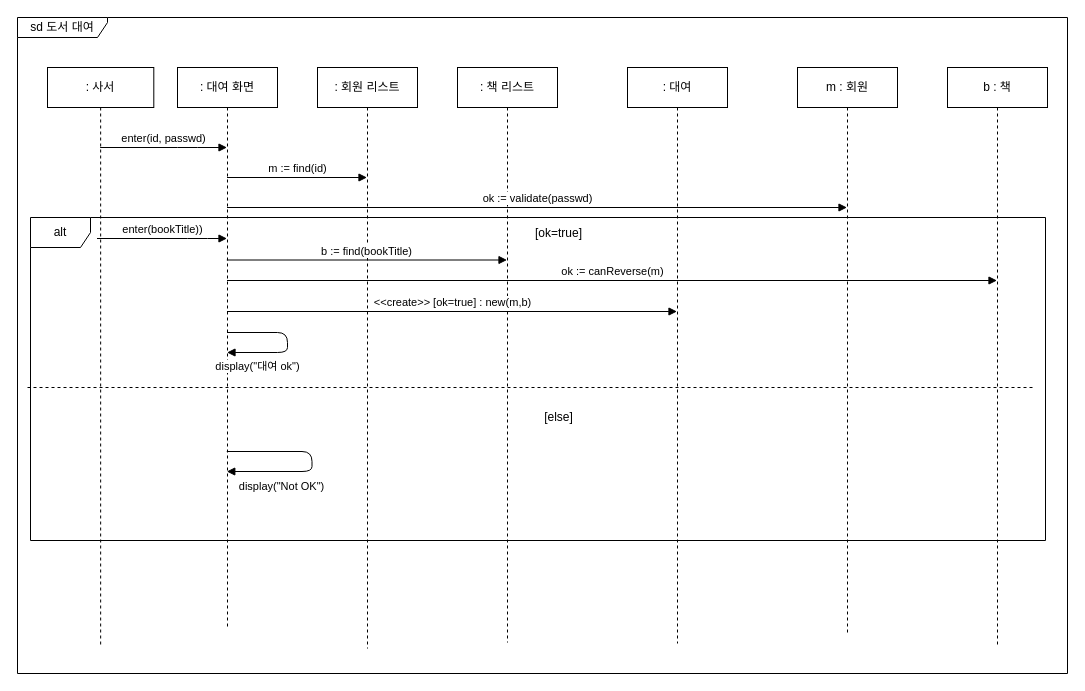
Earlier version of the draw.io diagram DesignPattern/src/chapter04_디자인패턴/img/sd-diagram-frame.drawio (yonghwankim-dev/DesignPattern). Source tidied: cells renumbered, new cells numbered last; positions are measured from the earlier drawing's top-left corner, leaving out a move shared by most shapes. Both pictures are drawn from the tidied source at 100%, with x=0, y=0 at pixel (17, 17).
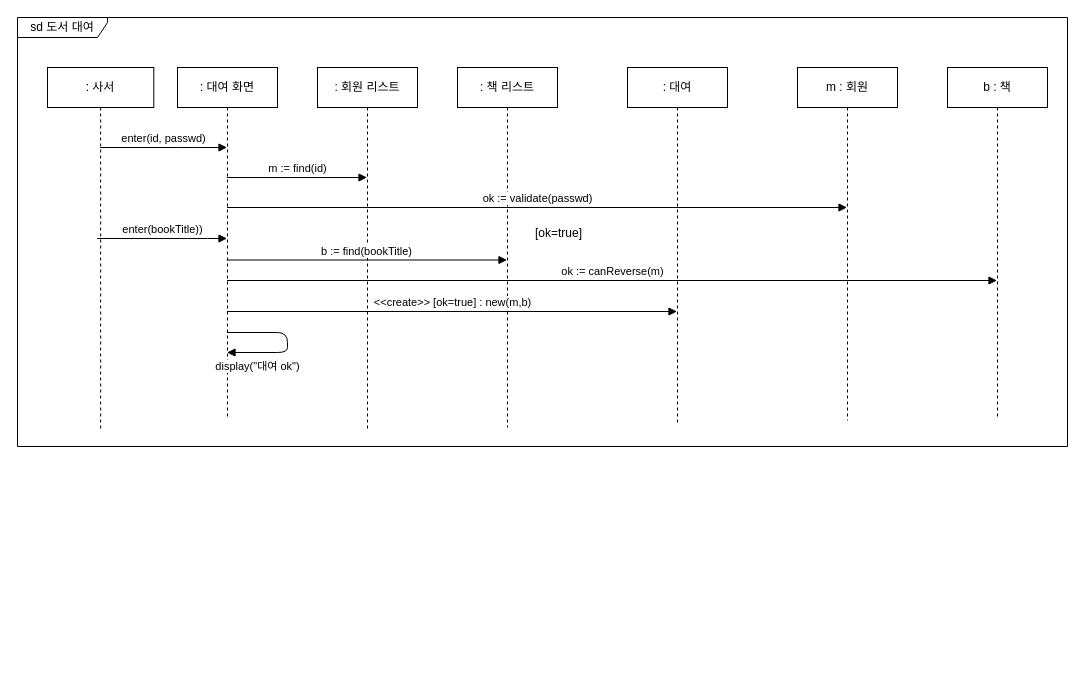
After the change.

What changed in the source:
```diff
@@
     <mxCell id="2" value="sd 도서 대여" style="shape=umlFrame;whiteSpace=wrap;html=1;width=90;height=20;" parent="1" vertex="1">
-      <mxGeometry width="1050" height="656" as="geometry" />
+      <mxGeometry width="1050" height="429" as="geometry" />
     </mxCell>
-    <mxCell id="3" value="alt" style="shape=umlFrame;whiteSpace=wrap;html=1;" parent="1" vertex="1">
-      <mxGeometry x="13" y="200" width="1015" height="323" as="geometry" />
-    </mxCell>
     <mxCell id="4" value=": 사서" style="shape=umlLifeline;perimeter=lifelinePerimeter;whiteSpace=wrap;html=1;outlineConnect=0;" parent="1" vertex="1">
-      <mxGeometry x="30" y="50" width="106.3" height="578" as="geometry" />
+      <mxGeometry x="30" y="50" width="106.3" height="363" as="geometry" />
     </mxCell>
     <mxCell id="5" value=": 대여 화면" style="shape=umlLifeline;perimeter=lifelinePerimeter;whiteSpace=wrap;html=1;outlineConnect=0;" parent="1" vertex="1">
-      <mxGeometry x="160" y="50" width="100" height="559" as="geometry" />
+      <mxGeometry x="160" y="50" width="100" height="352" as="geometry" />
     </mxCell>
     <mxCell id="6" value=": 회원 리스트" style="shape=umlLifeline;perimeter=lifelinePerimeter;whiteSpace=wrap;html=1;outlineConnect=0;" parent="1" vertex="1">
-      <mxGeometry x="300" y="50" width="100" height="581" as="geometry" />
+      <mxGeometry x="300" y="50" width="100" height="362" as="geometry" />
     </mxCell>
     <mxCell id="7" value=": 책 리스트" style="shape=umlLifeline;perimeter=lifelinePerimeter;whiteSpace=wrap;html=1;" parent="1" vertex="1">
-      <mxGeometry x="440" y="50" width="100" height="575" as="geometry" />
+      <mxGeometry x="440" y="50" width="100" height="360" as="geometry" />
     </mxCell>
     <mxCell id="8" value=": 대여" style="shape=umlLifeline;perimeter=lifelinePerimeter;whiteSpace=wrap;html=1;" parent="1" vertex="1">
-      <mxGeometry x="610" y="50" width="100" height="576" as="geometry" />
+      <mxGeometry x="610" y="50" width="100" height="357" as="geometry" />
     </mxCell>
     <mxCell id="9" value="m : 회원" style="shape=umlLifeline;perimeter=lifelinePerimeter;whiteSpace=wrap;html=1;" parent="1" vertex="1">
-      <mxGeometry x="780" y="50" width="100" height="568" as="geometry" />
+      <mxGeometry x="780" y="50" width="100" height="353" as="geometry" />
     </mxCell>
     <mxCell id="10" value="b : 책" style="shape=umlLifeline;perimeter=lifelinePerimeter;whiteSpace=wrap;html=1;" parent="1" vertex="1">
-      <mxGeometry x="930" y="50" width="100" height="577" as="geometry" />
+      <mxGeometry x="930" y="50" width="100" height="349" as="geometry" />
     </mxCell>
@@
-    <mxCell id="19" style="endArrow=none;dashed=1;html=1;exitX=-0.003;exitY=0.449;exitDx=0;exitDy=0;exitPerimeter=0;entryX=0.99;entryY=0.449;entryDx=0;entryDy=0;entryPerimeter=0;" parent="1" edge="1">
-      <mxGeometry relative="1" as="geometry">
-        <mxPoint x="10" y="370" as="sourcePoint" />
-        <mxPoint x="1017.8" y="370" as="targetPoint" />
-      </mxGeometry>
-    </mxCell>
@@
-    <mxCell id="21" value="[else]" style="text;html=1;align=center;verticalAlign=middle;" parent="1" vertex="1">
-      <mxGeometry x="521" y="391" width="39" height="18" as="geometry" />
-    </mxCell>
-    <mxCell id="22" value="display(&quot;Not OK&quot;)" style="html=1;verticalAlign=bottom;endArrow=block;" parent="1" edge="1">
-      <mxGeometry x="0.43" y="24" relative="1" as="geometry">
-        <mxPoint x="209.3" y="434" as="sourcePoint" />
-        <mxPoint x="209.3" y="454" as="targetPoint" />
-        <Array as="points">
-          <mxPoint x="294.5" y="434" />
-          <mxPoint x="294.5" y="454" />
-        </Array>
-      </mxGeometry>
-    </mxCell>
```
